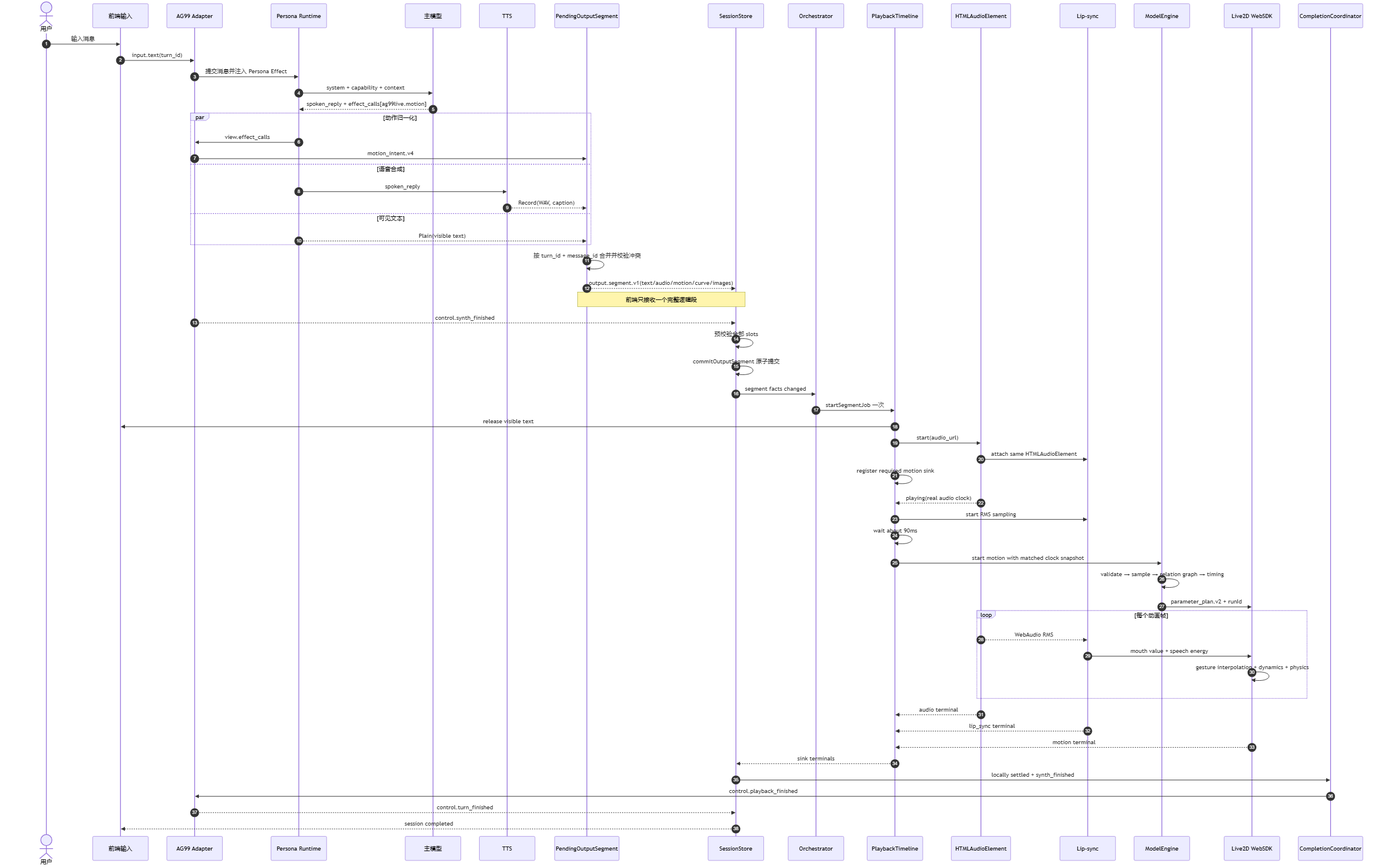
This is docs/01-架构与结构/05-端到端消息播放时序图-正常播放时序.png from murphys7017/AG99live, a Mermaid export, as it was before one commit. Its source is kept beside it as docs/01-架构与结构/05-端到端消息播放时序图-正常播放时序.mmd.
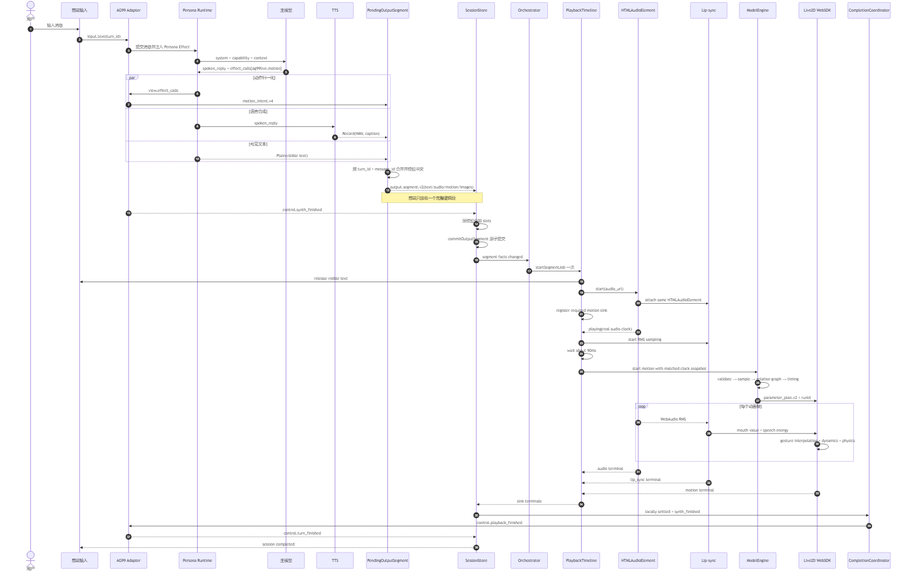
The same file after the commit.

Change to the diagram source:
```diff
@@ -31,7 +31,7 @@
         AstrBot-->>Buffer: Plain(visible text)
     end
     Buffer->>Buffer: 按 turn_id + message_id 合并并校验冲突
-    Buffer-->>Store: output.segment.v1(text/audio/motion/curve/images)
+    Buffer-->>Store: output.segment.v2(text/audio/motion/images)
     Note over Buffer,Store: 前端只接收一个完整逻辑段
     Adapter-->>Store: control.synth_finished
 
```
